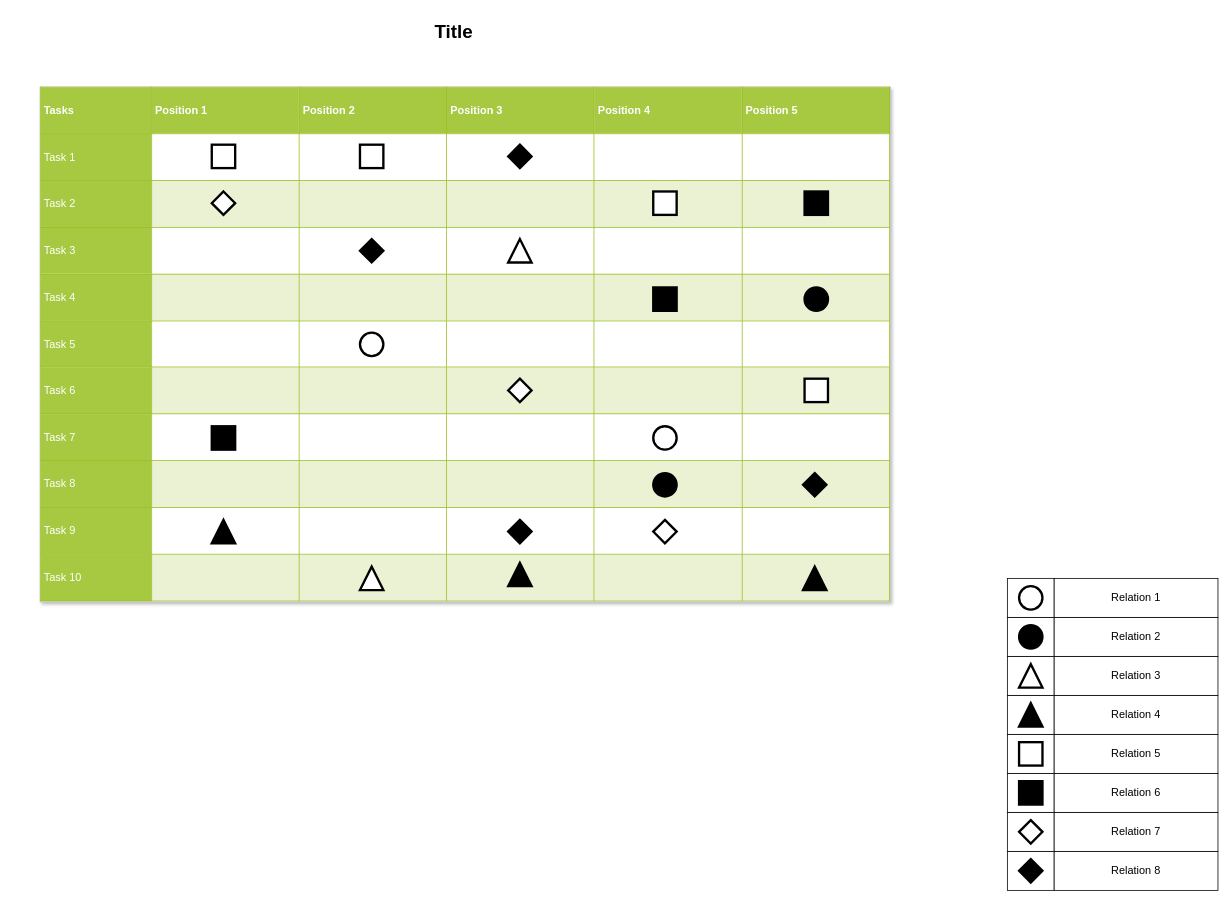
Above: diagrams/API GOALS.drawio in jayanth0107/pg-casts (draw.io), before the change. Source tidied: cells renumbered, new cells numbered last; positions are measured from the earlier drawing's top-left corner, leaving out a move shared by most shapes. Both pictures are drawn from the tidied source at 78%, with x=0, y=0 at pixel (40, 16).
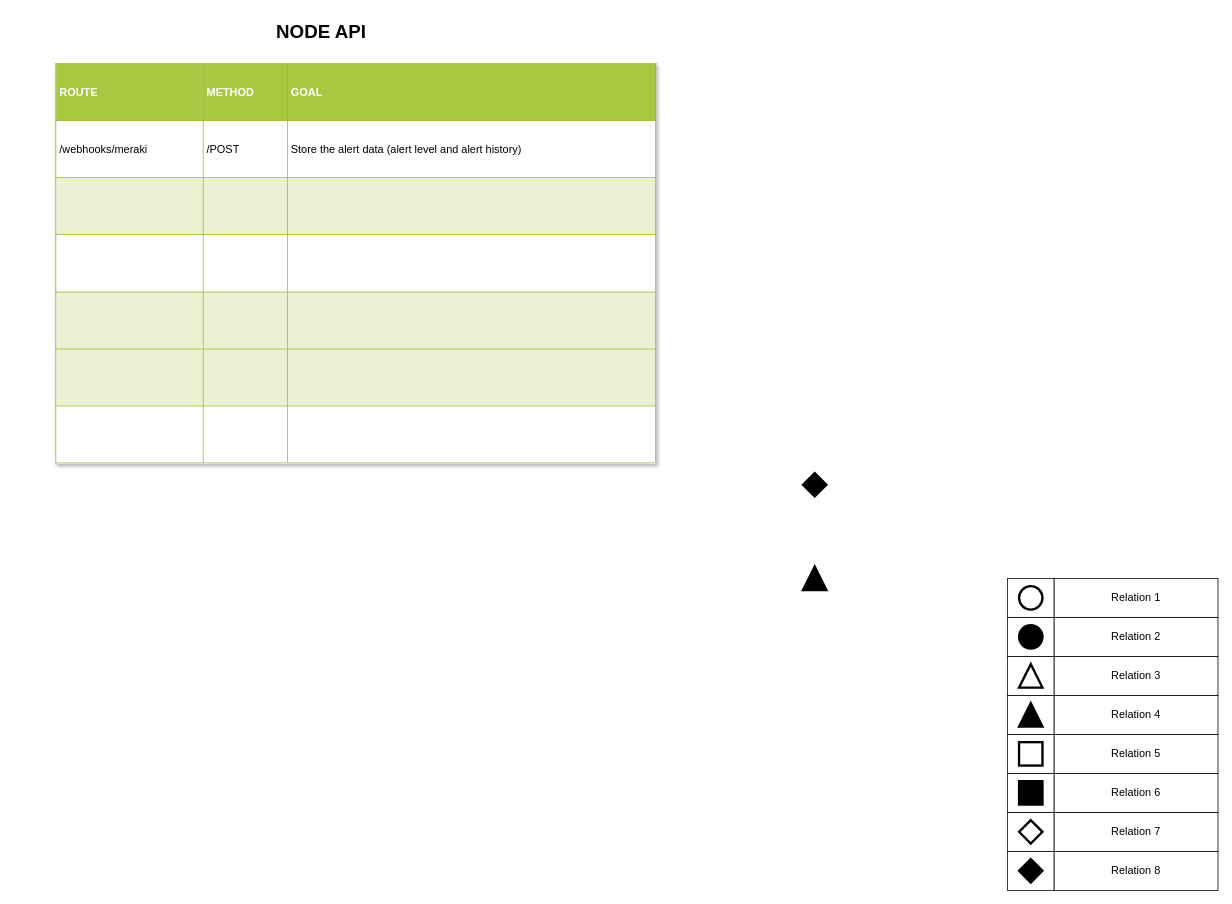
The same diagram, later.

Diff of the diagram source:
```diff
@@
-    <mxCell id="19" value="&lt;table border=&quot;1&quot; width=&quot;100%&quot; cellpadding=&quot;4&quot; style=&quot;width: 100% ; height: 100% ; border-collapse: collapse&quot;&gt;&lt;tbody&gt;&lt;tr style=&quot;background-color: #a7c942 ; color: #ffffff ; border: 1px solid #98bf21&quot;&gt;&lt;th&gt;Tasks&lt;/th&gt;&lt;th&gt;Position 1&lt;/th&gt;&lt;th&gt;Position 2&lt;/th&gt;&lt;th&gt;Position 3&lt;/th&gt;&lt;th&gt;Position 4&lt;/th&gt;&lt;th&gt;Position 5&lt;/th&gt;&lt;/tr&gt;&lt;tr style=&quot;border: 1px solid #98bf21&quot;&gt;&lt;td style=&quot;background-color: #a7c942 ; color: #ffffff ; border: 1px solid #98bf21&quot;&gt;Task 1&lt;/td&gt;&lt;td&gt;&lt;/td&gt;&lt;td&gt;&lt;/td&gt;&lt;td&gt;&lt;br&gt;&lt;/td&gt;&lt;td&gt;&lt;br&gt;&lt;/td&gt;&lt;td&gt;&lt;br&gt;&lt;/td&gt;&lt;/tr&gt;&lt;tr style=&quot;background-color: #eaf2d3 ; border: 1px solid #98bf21&quot;&gt;&lt;td style=&quot;background-color: #a7c942 ; color: #ffffff ; border: 1px solid #98bf21&quot;&gt;Task 2&lt;/td&gt;&lt;td&gt;&lt;/td&gt;&lt;td&gt;&lt;/td&gt;&lt;td&gt;&lt;br&gt;&lt;/td&gt;&lt;td&gt;&lt;br&gt;&lt;/td&gt;&lt;td&gt;&lt;br&gt;&lt;/td&gt;&lt;/tr&gt;&lt;tr style=&quot;border: 1px solid #98bf21&quot;&gt;&lt;td style=&quot;background-color: #a7c942 ; color: #ffffff ; border: 1px solid #98bf21&quot;&gt;Task 3&lt;/td&gt;&lt;td&gt;&lt;/td&gt;&lt;td&gt;&lt;/td&gt;&lt;td&gt;&lt;br&gt;&lt;/td&gt;&lt;td&gt;&lt;br&gt;&lt;/td&gt;&lt;td&gt;&lt;br&gt;&lt;/td&gt;&lt;/tr&gt;&lt;tr style=&quot;background-color: #eaf2d3 ; border: 1px solid #98bf21&quot;&gt;&lt;td style=&quot;background-color: #a7c942 ; color: #ffffff ; border: 1px solid #98bf21&quot;&gt;Task 4&lt;/td&gt;&lt;td&gt;&lt;/td&gt;&lt;td&gt;&lt;/td&gt;&lt;td&gt;&lt;br&gt;&lt;/td&gt;&lt;td&gt;&lt;br&gt;&lt;/td&gt;&lt;td&gt;&lt;br&gt;&lt;/td&gt;&lt;/tr&gt;&lt;tr style=&quot;border: 1px solid #98bf21&quot;&gt;&lt;td style=&quot;background-color: #a7c942 ; color: #ffffff ; border: 1px solid #98bf21&quot;&gt;Task 5&lt;br&gt;&lt;/td&gt;&lt;td&gt;&lt;br&gt;&lt;/td&gt;&lt;td&gt;&lt;br&gt;&lt;/td&gt;&lt;td&gt;&lt;br&gt;&lt;/td&gt;&lt;td&gt;&lt;br&gt;&lt;/td&gt;&lt;td&gt;&lt;br&gt;&lt;/td&gt;&lt;/tr&gt;&lt;tr style=&quot;background-color: #eaf2d3 ; border: 1px solid #98bf21&quot;&gt;&lt;td style=&quot;background-color: #a7c942 ; color: #ffffff ; border: 1px solid #98bf21&quot;&gt;Task 6&lt;br&gt;&lt;/td&gt;&lt;td&gt;&lt;br&gt;&lt;/td&gt;&lt;td&gt;&lt;br&gt;&lt;/td&gt;&lt;td&gt;&lt;br&gt;&lt;/td&gt;&lt;td&gt;&lt;br&gt;&lt;/td&gt;&lt;td&gt;&lt;br&gt;&lt;/td&gt;&lt;/tr&gt;&lt;tr style=&quot;border: 1px solid #98bf21&quot;&gt;&lt;td style=&quot;background-color: #a7c942 ; color: #ffffff ; border: 1px solid #98bf21&quot;&gt;Task 7&lt;br&gt;&lt;/td&gt;&lt;td&gt;&lt;br&gt;&lt;/td&gt;&lt;td&gt;&lt;br&gt;&lt;/td&gt;&lt;td&gt;&lt;br&gt;&lt;/td&gt;&lt;td&gt;&lt;br&gt;&lt;/td&gt;&lt;td&gt;&lt;br&gt;&lt;/td&gt;&lt;/tr&gt;&lt;tr style=&quot;background-color: #eaf2d3 ; border: 1px solid #98bf21&quot;&gt;&lt;td style=&quot;background-color: #a7c942 ; color: #ffffff ; border: 1px solid #98bf21&quot;&gt;Task 8&lt;br&gt;&lt;/td&gt;&lt;td&gt;&lt;br&gt;&lt;/td&gt;&lt;td&gt;&lt;br&gt;&lt;/td&gt;&lt;td&gt;&lt;br&gt;&lt;/td&gt;&lt;td&gt;&lt;br&gt;&lt;/td&gt;&lt;td&gt;&lt;br&gt;&lt;/td&gt;&lt;/tr&gt;&lt;tr style=&quot;border: 1px solid #98bf21&quot;&gt;&lt;td style=&quot;background-color: #a7c942 ; color: #ffffff ; border: 1px solid #98bf21&quot;&gt;Task 9&lt;br&gt;&lt;/td&gt;&lt;td&gt;&lt;br&gt;&lt;/td&gt;&lt;td&gt;&lt;br&gt;&lt;/td&gt;&lt;td&gt;&lt;br&gt;&lt;/td&gt;&lt;td&gt;&lt;br&gt;&lt;/td&gt;&lt;td&gt;&lt;br&gt;&lt;/td&gt;&lt;/tr&gt;&lt;tr style=&quot;background-color: #eaf2d3 ; border: 1px solid #98bf21&quot;&gt;&lt;td style=&quot;background-color: #a7c942 ; color: #ffffff ; border: 1px solid #98bf21&quot;&gt;Task 10&lt;br&gt;&lt;/td&gt;&lt;td&gt;&lt;br&gt;&lt;/td&gt;&lt;td&gt;&lt;br&gt;&lt;/td&gt;&lt;td&gt;&lt;br&gt;&lt;/td&gt;&lt;td&gt;&lt;br&gt;&lt;/td&gt;&lt;td&gt;&lt;br&gt;&lt;/td&gt;&lt;/tr&gt;&lt;/tbody&gt;&lt;/table&gt;" style="text;html=1;strokeColor=#c0c0c0;fillColor=#ffffff;overflow=fill;rounded=0;shadow=1;fontSize=14;fontColor=#000000;" parent="1" vertex="1">
-      <mxGeometry y="90" width="1090" height="660" as="geometry" />
+    <mxCell id="19" value="&lt;table border=&quot;1&quot; width=&quot;100%&quot; cellpadding=&quot;4&quot; style=&quot;width: 100% ; height: 100% ; border-collapse: collapse&quot; align=&quot;center&quot;&gt;&lt;tbody&gt;&lt;tr style=&quot;background-color: #a7c942 ; color: #ffffff ; border: 1px solid #98bf21&quot;&gt;&lt;th&gt;ROUTE&amp;nbsp;&lt;/th&gt;&lt;th&gt;METHOD&lt;/th&gt;&lt;th&gt;GOAL&lt;/th&gt;&lt;/tr&gt;&lt;tr style=&quot;border: 1px solid #98bf21&quot;&gt;&lt;td&gt;/webhooks/meraki&lt;/td&gt;&lt;td&gt;/POST&lt;/td&gt;&lt;td&gt;Store the alert data (alert level and alert history)&lt;/td&gt;&lt;/tr&gt;&lt;tr style=&quot;background-color: #eaf2d3 ; border: 1px solid #98bf21&quot;&gt;&lt;td&gt;&lt;/td&gt;&lt;td&gt;&lt;/td&gt;&lt;td&gt;&lt;br&gt;&lt;/td&gt;&lt;/tr&gt;&lt;tr style=&quot;border: 1px solid #98bf21&quot;&gt;&lt;td&gt;&lt;/td&gt;&lt;td&gt;&lt;/td&gt;&lt;td&gt;&lt;br&gt;&lt;/td&gt;&lt;/tr&gt;&lt;tr style=&quot;background-color: #eaf2d3 ; border: 1px solid #98bf21&quot;&gt;&lt;td&gt;&lt;/td&gt;&lt;td&gt;&lt;/td&gt;&lt;td&gt;&lt;br&gt;&lt;/td&gt;&lt;/tr&gt;&lt;tr style=&quot;background-color: #eaf2d3 ; border: 1px solid #98bf21&quot;&gt;&lt;td&gt;&lt;br&gt;&lt;/td&gt;&lt;td&gt;&lt;br&gt;&lt;/td&gt;&lt;td&gt;&lt;br&gt;&lt;/td&gt;&lt;/tr&gt;&lt;tr style=&quot;border: 1px solid #98bf21&quot;&gt;&lt;td&gt;&lt;br&gt;&lt;/td&gt;&lt;td&gt;&lt;br&gt;&lt;/td&gt;&lt;td&gt;&lt;br&gt;&lt;/td&gt;&lt;/tr&gt;&lt;/tbody&gt;&lt;/table&gt;" style="text;html=1;strokeColor=#c0c0c0;fillColor=#ffffff;overflow=fill;rounded=0;shadow=1;fontSize=14;fontColor=#000000;" parent="1" vertex="1">
+      <mxGeometry x="20" y="60" width="770" height="513.3" as="geometry" />
     </mxCell>
-    <mxCell id="20" value="Title" style="text;strokeColor=none;fillColor=none;html=1;fontSize=24;fontStyle=1;verticalAlign=middle;align=center;rounded=0;shadow=1;" parent="1" vertex="1">
-      <mxGeometry x="140" width="780" height="40" as="geometry" />
+    <mxCell id="20" value="NODE API" style="text;strokeColor=none;fillColor=none;html=1;fontSize=24;fontStyle=1;verticalAlign=middle;align=center;rounded=0;shadow=1;" parent="1" vertex="1">
+      <mxGeometry x="-30" width="780" height="40" as="geometry" />
     </mxCell>
@@
-    <mxCell id="28" style="ellipse;whiteSpace=wrap;html=1;rounded=0;shadow=0;strokeWidth=3;fontSize=14;" parent="1" vertex="1">
-      <mxGeometry x="786" y="525" width="30" height="30" as="geometry" />
-    </mxCell>
-    <mxCell id="29" style="ellipse;whiteSpace=wrap;html=1;rounded=0;shadow=0;strokeWidth=3;fontSize=14;" parent="1" vertex="1">
-      <mxGeometry x="410" y="405" width="30" height="30" as="geometry" />
-    </mxCell>
-    <mxCell id="30" style="ellipse;whiteSpace=wrap;html=1;rounded=0;shadow=0;strokeWidth=3;fontSize=14;fillColor=#000000;" parent="1" vertex="1">
-      <mxGeometry x="980" y="347" width="30" height="30" as="geometry" />
-    </mxCell>
-    <mxCell id="31" style="ellipse;whiteSpace=wrap;html=1;rounded=0;shadow=0;strokeWidth=3;fontSize=14;fillColor=#000000;" parent="1" vertex="1">
-      <mxGeometry x="786" y="585" width="30" height="30" as="geometry" />
-    </mxCell>
-    <mxCell id="32" style="triangle;whiteSpace=wrap;html=1;rounded=0;shadow=0;strokeWidth=3;fontSize=14;direction=north;" parent="1" vertex="1">
-      <mxGeometry x="410" y="705" width="30" height="30" as="geometry" />
-    </mxCell>
-    <mxCell id="33" style="triangle;whiteSpace=wrap;html=1;rounded=0;shadow=0;strokeWidth=3;fontSize=14;direction=north;" parent="1" vertex="1">
-      <mxGeometry x="600" y="285" width="30" height="30" as="geometry" />
-    </mxCell>
@@
-    <mxCell id="35" style="triangle;whiteSpace=wrap;html=1;rounded=0;shadow=0;strokeWidth=3;fillColor=#000000;fontSize=14;direction=north;" parent="1" vertex="1">
-      <mxGeometry x="600" y="700" width="30" height="30" as="geometry" />
-    </mxCell>
-    <mxCell id="36" style="triangle;whiteSpace=wrap;html=1;rounded=0;shadow=0;strokeWidth=3;fillColor=#000000;fontSize=14;direction=north;" parent="1" vertex="1">
-      <mxGeometry x="220" y="645" width="30" height="30" as="geometry" />
-    </mxCell>
-    <mxCell id="37" style="whiteSpace=wrap;html=1;rounded=0;shadow=0;strokeWidth=3;fontSize=14;" parent="1" vertex="1">
-      <mxGeometry x="220" y="164" width="30" height="30" as="geometry" />
-    </mxCell>
-    <mxCell id="38" style="whiteSpace=wrap;html=1;rounded=0;shadow=0;strokeWidth=3;fontSize=14;" parent="1" vertex="1">
-      <mxGeometry x="410" y="164" width="30" height="30" as="geometry" />
-    </mxCell>
-    <mxCell id="39" style="whiteSpace=wrap;html=1;rounded=0;shadow=0;strokeWidth=3;fontSize=14;" parent="1" vertex="1">
-      <mxGeometry x="786" y="224" width="30" height="30" as="geometry" />
-    </mxCell>
-    <mxCell id="40" style="whiteSpace=wrap;html=1;rounded=0;shadow=0;strokeWidth=3;fillColor=#ffffff;fontSize=14;" parent="1" vertex="1">
-      <mxGeometry x="980" y="464" width="30" height="30" as="geometry" />
-    </mxCell>
-    <mxCell id="41" style="whiteSpace=wrap;html=1;rounded=0;shadow=0;strokeWidth=3;fillColor=#000000;fontSize=14;" parent="1" vertex="1">
-      <mxGeometry x="220" y="525" width="30" height="30" as="geometry" />
-    </mxCell>
-    <mxCell id="42" style="whiteSpace=wrap;html=1;rounded=0;shadow=0;strokeWidth=3;fillColor=#000000;fontSize=14;" parent="1" vertex="1">
-      <mxGeometry x="786" y="347" width="30" height="30" as="geometry" />
-    </mxCell>
-    <mxCell id="43" style="whiteSpace=wrap;html=1;rounded=0;shadow=0;strokeWidth=3;fillColor=#000000;fontSize=14;" parent="1" vertex="1">
-      <mxGeometry x="980" y="224" width="30" height="30" as="geometry" />
-    </mxCell>
-    <mxCell id="44" style="rhombus;whiteSpace=wrap;html=1;rounded=0;shadow=0;strokeWidth=3;fontSize=14;" parent="1" vertex="1">
-      <mxGeometry x="600" y="464" width="30" height="30" as="geometry" />
-    </mxCell>
-    <mxCell id="45" style="rhombus;whiteSpace=wrap;html=1;rounded=0;shadow=0;strokeWidth=3;fontSize=14;" parent="1" vertex="1">
-      <mxGeometry x="220" y="224" width="30" height="30" as="geometry" />
-    </mxCell>
-    <mxCell id="46" style="rhombus;whiteSpace=wrap;html=1;rounded=0;shadow=0;strokeWidth=3;fontSize=14;" parent="1" vertex="1">
-      <mxGeometry x="786" y="645" width="30" height="30" as="geometry" />
-    </mxCell>
@@
-    <mxCell id="48" style="rhombus;whiteSpace=wrap;html=1;rounded=0;shadow=0;strokeWidth=3;fillColor=#000000;fontSize=14;" parent="1" vertex="1">
-      <mxGeometry x="410" y="285" width="30" height="30" as="geometry" />
-    </mxCell>
-    <mxCell id="49" style="rhombus;whiteSpace=wrap;html=1;rounded=0;shadow=0;strokeWidth=3;fillColor=#000000;fontSize=14;" parent="1" vertex="1">
-      <mxGeometry x="600" y="164" width="30" height="30" as="geometry" />
-    </mxCell>
-    <mxCell id="50" style="rhombus;whiteSpace=wrap;html=1;rounded=0;shadow=0;strokeWidth=3;fillColor=#000000;fontSize=14;" parent="1" vertex="1">
-      <mxGeometry x="600" y="645" width="30" height="30" as="geometry" />
-    </mxCell>
+    <mxCell id="51" style="edgeStyle=orthogonalEdgeStyle;rounded=0;orthogonalLoop=1;jettySize=auto;html=1;exitX=0.5;exitY=1;exitDx=0;exitDy=0;" parent="1" edge="1" source="19" target="19">
+      <mxGeometry relative="1" as="geometry" />
+    </mxCell>
```
